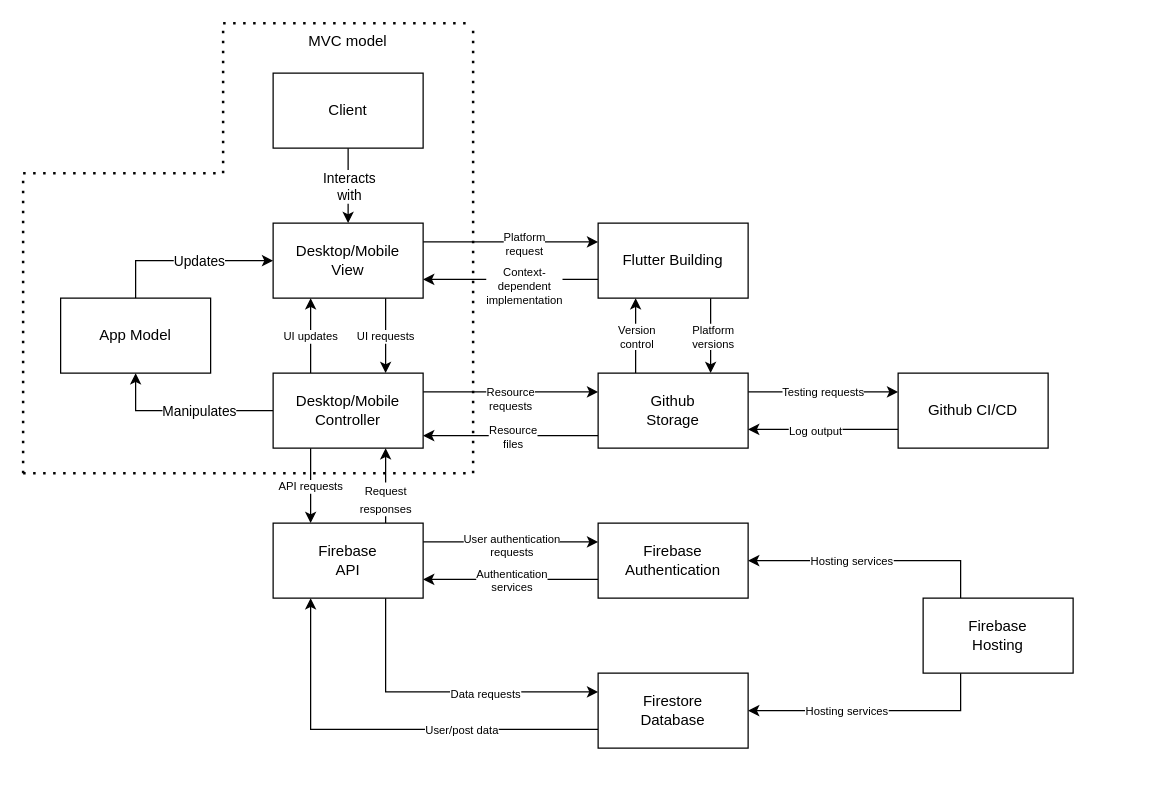
Earlier version of the draw.io diagram docs/architecture-diagrams/main-diagram.drawio (COS301-SE-2024/TailWaggr). Source tidied: cells renumbered, new cells numbered last; positions are measured from the earlier drawing's top-left corner, leaving out a move shared by most shapes. Both pictures are drawn from the tidied source at 125%, with x=0, y=0 at pixel (22, 22).
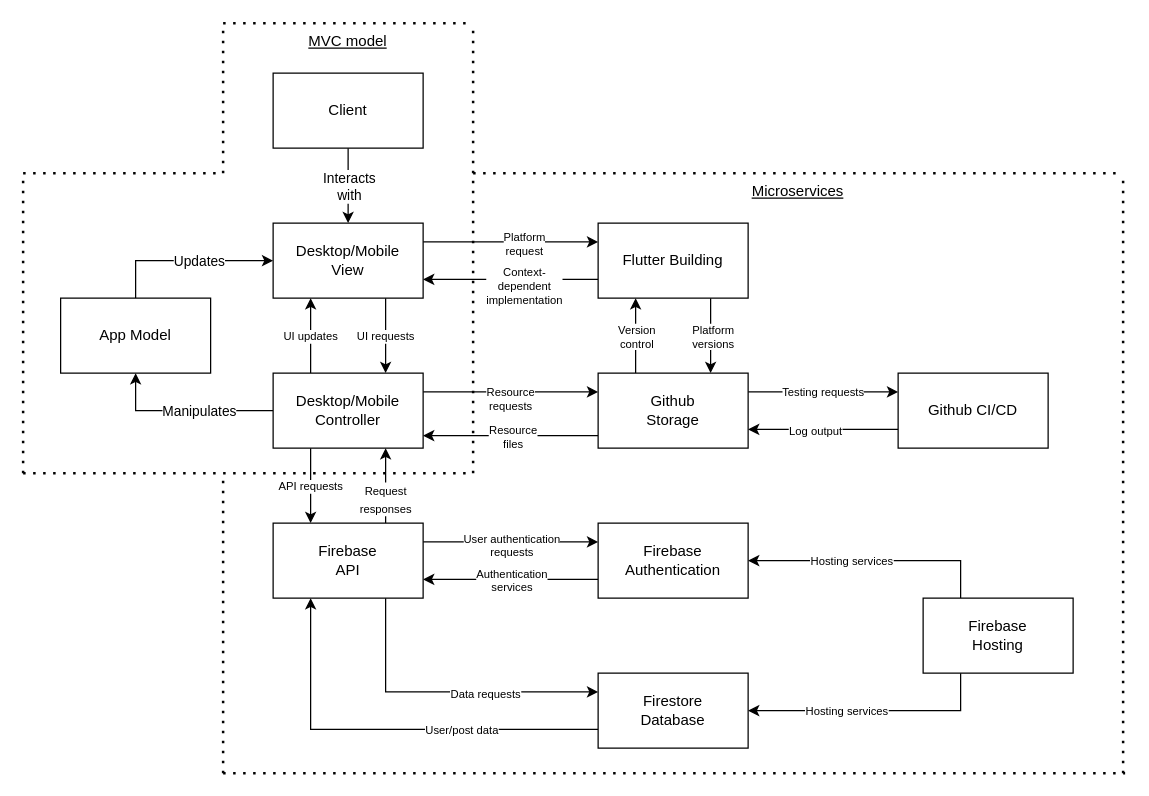
The same page after the edit.

Commit message:
Update to add additional lines

Diff of the diagram source:
```diff
@@
-    <mxCell id="61" value="MVC model" style="text;html=1;align=center;verticalAlign=middle;whiteSpace=wrap;rounded=0;" parent="1" vertex="1">
+    <mxCell id="61" value="MVC model" style="text;html=1;align=center;verticalAlign=middle;whiteSpace=wrap;rounded=0;fontStyle=4;" parent="1" vertex="1">
       <mxGeometry x="160" width="200" height="30" as="geometry" />
     </mxCell>
+    <mxCell id="62" style="endArrow=none;dashed=1;html=1;dashPattern=1 3;strokeWidth=2;rounded=0;" parent="1" edge="1">
+      <mxGeometry relative="1" as="geometry">
+        <mxPoint x="160" y="600" as="sourcePoint" />
+        <mxPoint x="160" y="360" as="targetPoint" />
+      </mxGeometry>
+    </mxCell>
+    <mxCell id="63" style="endArrow=none;dashed=1;html=1;dashPattern=1 3;strokeWidth=2;rounded=0;" parent="1" edge="1">
+      <mxGeometry relative="1" as="geometry">
+        <mxPoint x="160" y="600" as="sourcePoint" />
+        <mxPoint x="881.6" y="600" as="targetPoint" />
+      </mxGeometry>
+    </mxCell>
+    <mxCell id="64" style="endArrow=none;dashed=1;html=1;dashPattern=1 3;strokeWidth=2;rounded=0;" parent="1" edge="1">
+      <mxGeometry relative="1" as="geometry">
+        <mxPoint x="880" y="600" as="sourcePoint" />
+        <mxPoint x="880" y="120" as="targetPoint" />
+      </mxGeometry>
+    </mxCell>
+    <mxCell id="65" value="Microservices" style="text;html=1;align=center;verticalAlign=middle;whiteSpace=wrap;rounded=0;fontStyle=4;" parent="1" vertex="1">
+      <mxGeometry x="520" y="120" width="200" height="30" as="geometry" />
+    </mxCell>
+    <mxCell id="66" style="endArrow=none;dashed=1;html=1;dashPattern=1 3;strokeWidth=2;rounded=0;" parent="1" edge="1">
+      <mxGeometry relative="1" as="geometry">
+        <mxPoint x="360" y="120" as="sourcePoint" />
+        <mxPoint x="880" y="120" as="targetPoint" />
+      </mxGeometry>
+    </mxCell>
```
